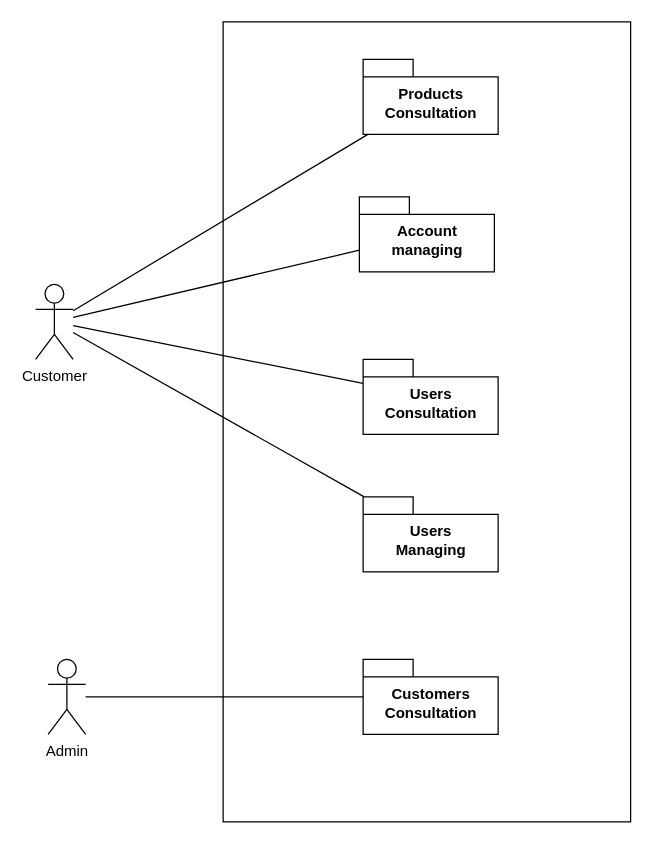
This is Diagrammes/BileMo_packages.drawio from JgPhil/BileMo, a draw.io file, before an edit. Source tidied: cells renumbered, new cells numbered last; positions are measured from the earlier drawing's top-left corner, leaving out a move shared by most shapes. Both pictures are drawn from the tidied source at 125%, with x=0, y=0 at pixel (35, 21).
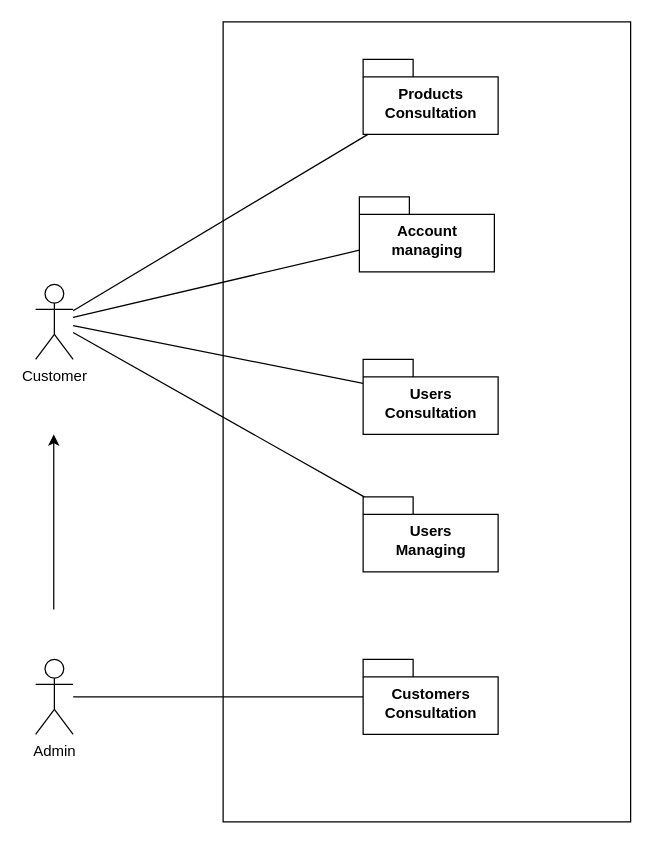
After the change.

Commit message (it also covers changes not shown here):
added class diagram

What changed in the source:
```diff
@@
 <mxGraphModel>
   <root>
     <mxCell id="0" />
     <mxCell id="1" parent="0" />
     <mxCell id="2" style="rounded=0;whiteSpace=wrap;html=1;" parent="1" vertex="1">
       <mxGeometry x="150" width="326" height="640" as="geometry" />
     </mxCell>
     <mxCell id="3" value="Customer" style="shape=umlActor;verticalLabelPosition=bottom;verticalAlign=top;html=1;outlineConnect=0;" parent="1" vertex="1">
       <mxGeometry y="210" width="30" height="60" as="geometry" />
     </mxCell>
     <mxCell id="4" value="Products&lt;br&gt;Consultation" style="shape=folder;fontStyle=1;spacingTop=10;tabWidth=40;tabHeight=14;tabPosition=left;html=1;" parent="1" vertex="1">
       <mxGeometry x="262" y="30" width="108" height="60" as="geometry" />
     </mxCell>
     <mxCell id="5" value="Users&lt;br&gt;Consultation" style="shape=folder;fontStyle=1;spacingTop=10;tabWidth=40;tabHeight=14;tabPosition=left;html=1;" parent="1" vertex="1">
       <mxGeometry x="262" y="270" width="108" height="60" as="geometry" />
     </mxCell>
     <mxCell id="6" value="Users&lt;br&gt;Managing" style="shape=folder;fontStyle=1;spacingTop=10;tabWidth=40;tabHeight=14;tabPosition=left;html=1;" parent="1" vertex="1">
       <mxGeometry x="262" y="380" width="108" height="60" as="geometry" />
     </mxCell>
     <mxCell id="7" style="endArrow=none;html=1;" parent="1" edge="1" source="3" target="4">
       <mxGeometry relative="1" as="geometry" />
     </mxCell>
     <mxCell id="8" style="endArrow=none;html=1;" parent="1" edge="1" source="3" target="5">
       <mxGeometry relative="1" as="geometry" />
     </mxCell>
     <mxCell id="9" style="endArrow=none;html=1;" parent="1" edge="1" source="3" target="6">
       <mxGeometry relative="1" as="geometry" />
     </mxCell>
     <mxCell id="10" value="Account&lt;br&gt;managing" style="shape=folder;fontStyle=1;spacingTop=10;tabWidth=40;tabHeight=14;tabPosition=left;html=1;" parent="1" vertex="1">
       <mxGeometry x="259" y="140" width="108" height="60" as="geometry" />
     </mxCell>
     <mxCell id="11" style="endArrow=none;html=1;" parent="1" edge="1" source="3" target="10">
       <mxGeometry relative="1" as="geometry" />
     </mxCell>
     <mxCell id="12" value="Admin" style="shape=umlActor;verticalLabelPosition=bottom;verticalAlign=top;html=1;outlineConnect=0;" parent="1" vertex="1">
-      <mxGeometry x="10" y="510" width="30" height="60" as="geometry" />
+      <mxGeometry y="510" width="30" height="60" as="geometry" />
     </mxCell>
     <mxCell id="13" value="Customers&lt;br&gt;Consultation&lt;br&gt;" style="shape=folder;fontStyle=1;spacingTop=10;tabWidth=40;tabHeight=14;tabPosition=left;html=1;" parent="1" vertex="1">
       <mxGeometry x="262" y="510" width="108" height="60" as="geometry" />
     </mxCell>
     <mxCell id="14" style="endArrow=none;html=1;" parent="1" edge="1" source="12" target="13">
       <mxGeometry relative="1" as="geometry" />
     </mxCell>
+    <mxCell id="15" style="endArrow=classic;html=1;" parent="1" edge="1">
+      <mxGeometry relative="1" as="geometry">
+        <mxPoint x="14.5" y="470" as="sourcePoint" />
+        <mxPoint x="14.5" y="330" as="targetPoint" />
+      </mxGeometry>
+    </mxCell>
   </root>
 </mxGraphModel>
```
